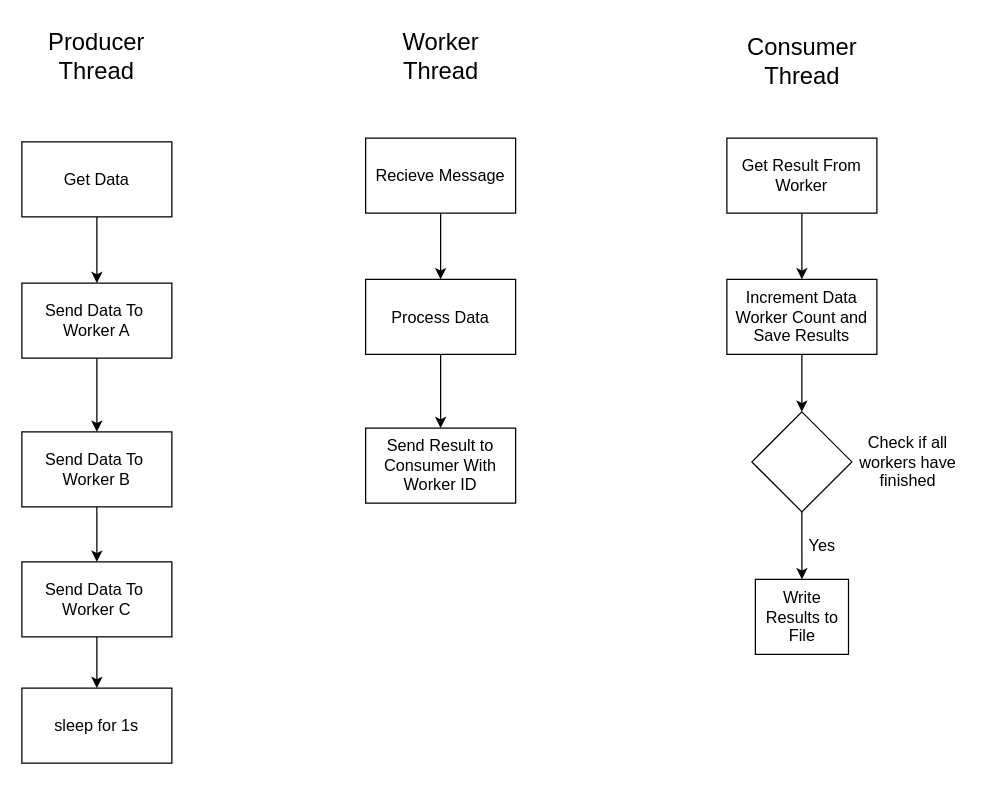
Above: page "data-processor" (3 of 3) of sample/LibraryManager.drawio in vishalpalaniappan/asp-adli-python (draw.io), before the change. Source tidied: cells renumbered, new cells numbered last; positions are measured from the earlier drawing's top-left corner, leaving out a move shared by most shapes. Both pictures are drawn from the tidied source at 125%, with x=0, y=0 at pixel (21, 21).
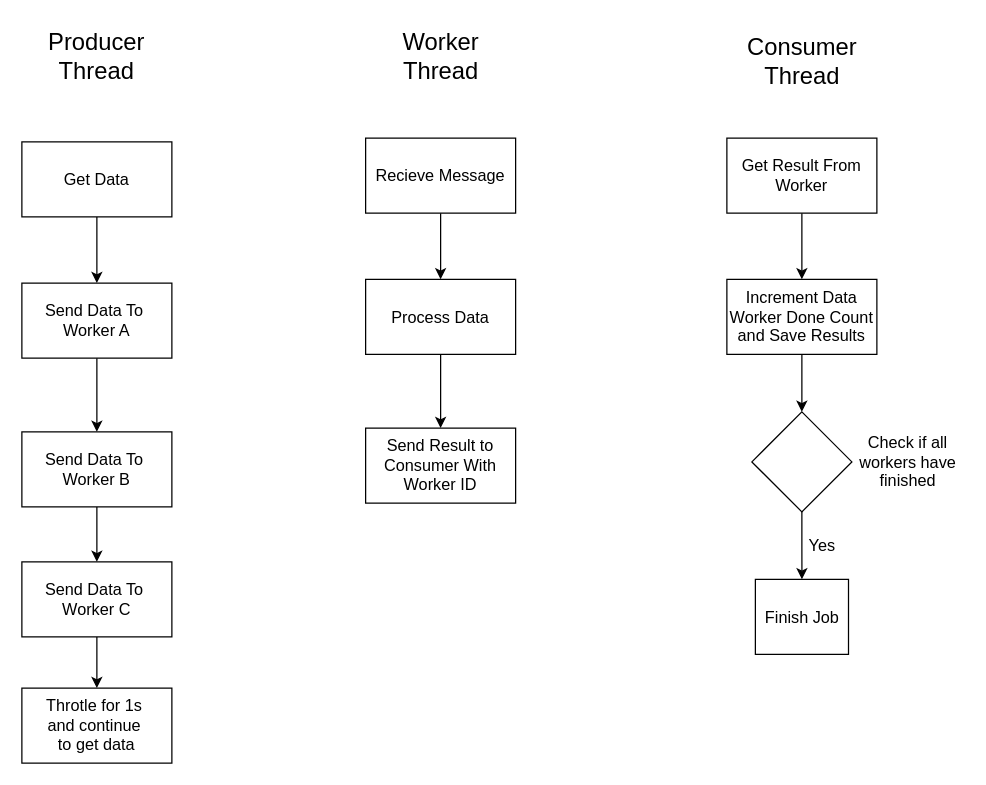
Above is the later version.

Commit message (it also covers changes not shown here):
Update the drawio file for data processor and save flow diagram to project folder.

The edit, as a diff of the source:
```diff
@@
-    <mxCell id="18" value="Increment Data Worker Count and Save Results" style="rounded=0;whiteSpace=wrap;html=1;fontSize=13;" parent="1" vertex="1">
+    <mxCell id="18" value="Increment Data Worker Done Count and Save Results" style="rounded=0;whiteSpace=wrap;html=1;fontSize=13;" parent="1" vertex="1">
       <mxGeometry x="564" y="206" width="120" height="60" as="geometry" />
     </mxCell>
@@
-    <mxCell id="22" value="Write Results to File" style="rounded=0;whiteSpace=wrap;html=1;fontSize=13;" parent="1" vertex="1">
+    <mxCell id="22" value="Finish Job" style="rounded=0;whiteSpace=wrap;html=1;fontSize=13;" parent="1" vertex="1">
       <mxGeometry x="586.8" y="446" width="74.5" height="60" as="geometry" />
     </mxCell>
@@
-    <mxCell id="24" value="sleep for 1s" style="rounded=0;whiteSpace=wrap;html=1;fontSize=13;" parent="1" vertex="1">
+    <mxCell id="24" value="Throtle for 1s&amp;nbsp;&lt;div&gt;and continue&amp;nbsp;&lt;/div&gt;&lt;div&gt;to&amp;nbsp;&lt;span style=&quot;background-color: initial;&quot;&gt;get data&lt;/span&gt;&lt;/div&gt;" style="rounded=0;whiteSpace=wrap;html=1;fontSize=13;" parent="1" vertex="1">
       <mxGeometry y="533" width="120" height="60" as="geometry" />
     </mxCell>
```
